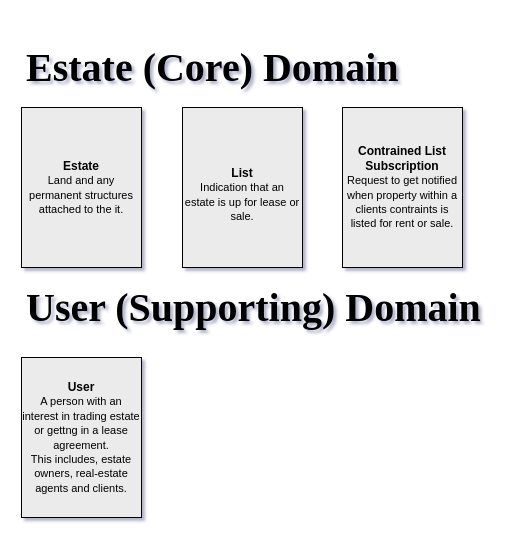
Before: diagrams/ubiquitous-language.drawio in michael-codesjs/neumba, a draw.io diagram. Source tidied: cells renumbered, new cells numbered last; positions are measured from the earlier drawing's top-left corner, leaving out a move shared by most shapes. Both pictures are drawn from the tidied source at 100%, with x=0, y=0 at pixel (21, 27).
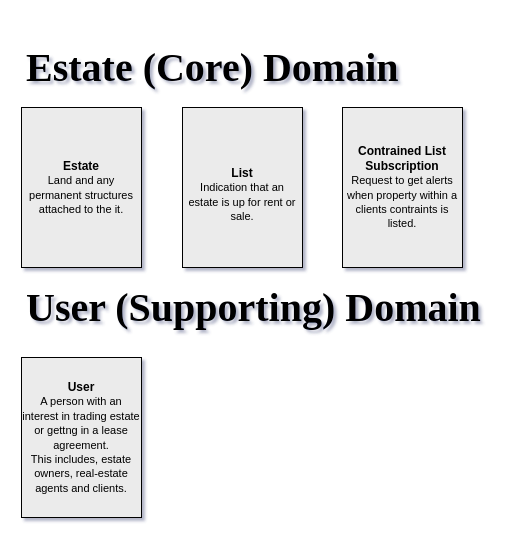
Above is the later version.

The edit, as a diff of the source:
```diff
@@
 <mxGraphModel shadow="1">
   <root>
     <mxCell id="0" />
     <mxCell id="1" parent="0" />
-    <mxCell id="2" value="&lt;h3&gt;&lt;/h3&gt;&lt;font style=&quot;&quot;&gt;&lt;b&gt;List&lt;br&gt;&lt;/b&gt;&lt;/font&gt;&lt;span style=&quot;font-size: 11px;&quot;&gt;&amp;nbsp;Indication that an&amp;nbsp; estate is up for lease or sale.&lt;/span&gt;" style="rounded=0;whiteSpace=wrap;html=1;align=center;fillColor=#EBEBEB;" parent="1" vertex="1">
+    <mxCell id="2" value="&lt;h3&gt;&lt;/h3&gt;&lt;font style=&quot;&quot;&gt;&lt;b&gt;List&lt;br&gt;&lt;/b&gt;&lt;/font&gt;&lt;span style=&quot;font-size: 11px;&quot;&gt;&amp;nbsp;Indication that an&amp;nbsp; estate is up for rent or sale.&lt;/span&gt;" style="rounded=0;whiteSpace=wrap;html=1;align=center;fillColor=#EBEBEB;" parent="1" vertex="1">
       <mxGeometry x="161" y="80" width="120" height="160" as="geometry" />
     </mxCell>
     <mxCell id="3" value="&lt;font style=&quot;&quot;&gt;&lt;b&gt;Estate&lt;br&gt;&lt;/b&gt;&lt;/font&gt;&lt;font style=&quot;font-size: 11px;&quot;&gt;Land and any permanent structures attached to the it.&lt;/font&gt;" style="rounded=0;whiteSpace=wrap;html=1;fillColor=#EBEBEB;align=center;" parent="1" vertex="1">
       <mxGeometry y="80" width="120" height="160" as="geometry" />
     </mxCell>
-    <mxCell id="4" value="&lt;font style=&quot;&quot;&gt;&lt;b&gt;Contrained List Subscription&lt;br&gt;&lt;/b&gt;&lt;/font&gt;&lt;font style=&quot;font-size: 11px;&quot;&gt;Request to get notified when property within a clients contraints is listed for rent or sale.&lt;/font&gt;" style="rounded=0;whiteSpace=wrap;html=1;fillColor=#EBEBEB;" parent="1" vertex="1">
+    <mxCell id="4" value="&lt;font style=&quot;&quot;&gt;&lt;b&gt;Contrained List Subscription&lt;br&gt;&lt;/b&gt;&lt;/font&gt;&lt;font style=&quot;font-size: 11px;&quot;&gt;Request to get alerts when property within a clients contraints is listed.&lt;/font&gt;" style="rounded=0;whiteSpace=wrap;html=1;fillColor=#EBEBEB;" parent="1" vertex="1">
       <mxGeometry x="321" y="80" width="120" height="160" as="geometry" />
     </mxCell>
     <mxCell id="5" value="&lt;b&gt;User&lt;br&gt;&lt;/b&gt;&lt;span style=&quot;font-size: 11px;&quot;&gt;A person with an interest in trading estate or gettng in a lease agreement.&lt;br&gt;This includes, estate owners, real-estate agents and clients.&lt;br&gt;&lt;/span&gt;" style="rounded=0;whiteSpace=wrap;html=1;fillColor=#EBEBEB;" parent="1" vertex="1">
       <mxGeometry y="330" width="120" height="160" as="geometry" />
     </mxCell>
     <mxCell id="6" value="&lt;h1&gt;&lt;font face=&quot;Garamond&quot;&gt;Estate (Core) Domain&lt;/font&gt;&lt;/h1&gt;" style="text;html=1;strokeColor=none;fillColor=none;spacing=5;spacingTop=-20;whiteSpace=wrap;overflow=hidden;rounded=0;fontSize=20;fontFamily=Architects Daughter;perimeterSpacing=0;glass=0;shadow=0;" parent="1" vertex="1">
       <mxGeometry width="481" height="80" as="geometry" />
     </mxCell>
     <mxCell id="7" value="&lt;h1&gt;&lt;font face=&quot;Garamond&quot;&gt;User (Supporting) Domain&lt;/font&gt;&lt;/h1&gt;" style="text;html=1;strokeColor=none;fillColor=none;spacing=5;spacingTop=-20;whiteSpace=wrap;overflow=hidden;rounded=1;fontSize=20;fontFamily=Architects Daughter;perimeterSpacing=0;glass=1;shadow=1;" parent="1" vertex="1">
       <mxGeometry y="240" width="481" height="80" as="geometry" />
     </mxCell>
   </root>
 </mxGraphModel>
```
